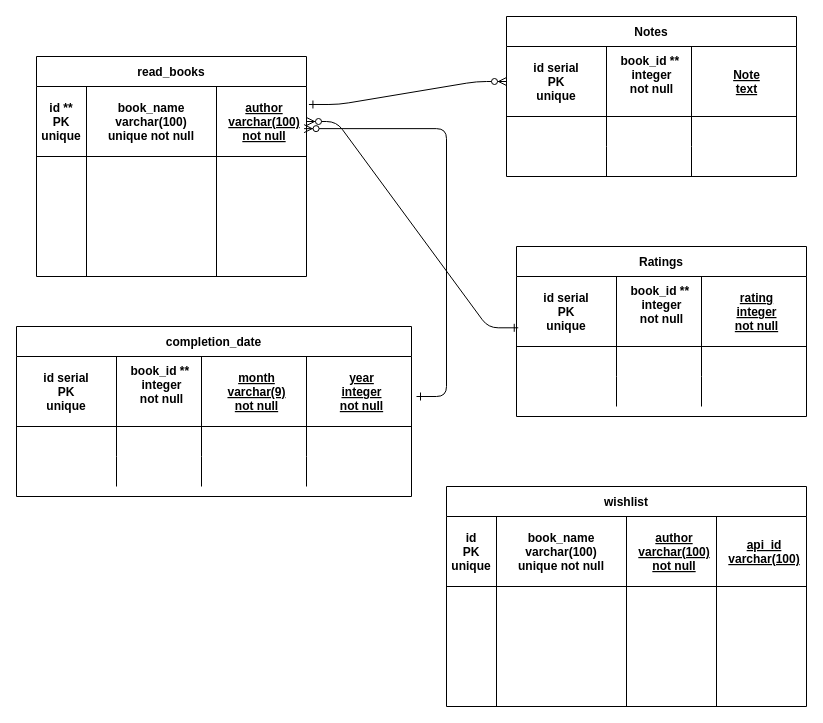
Earlier version of the draw.io diagram public/db diagram.drawio (Sleeper21/My-Book-Notes). Source tidied: cells renumbered, new cells numbered last; positions are measured from the earlier drawing's top-left corner, leaving out a move shared by most shapes. Both pictures are drawn from the tidied source at 100%, with x=0, y=0 at pixel (16, 16).
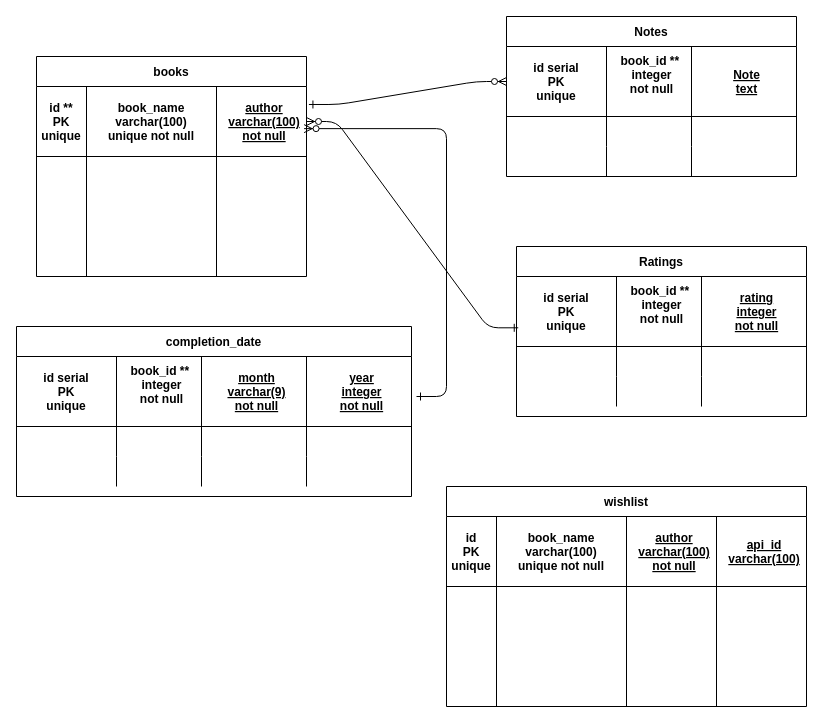
The same page after the edit.

What changed in the source:
```diff
@@
-    <mxCell id="16" value="read_books" style="shape=table;startSize=30;childLayout=tableLayout;rowLines=0;fontStyle=1;align=center;" parent="1" vertex="1">
+    <mxCell id="16" value="books" style="shape=table;startSize=30;childLayout=tableLayout;rowLines=0;fontStyle=1;align=center;" parent="1" vertex="1">
       <mxGeometry x="20" y="40" width="270" height="220" as="geometry" />
     </mxCell>
```
